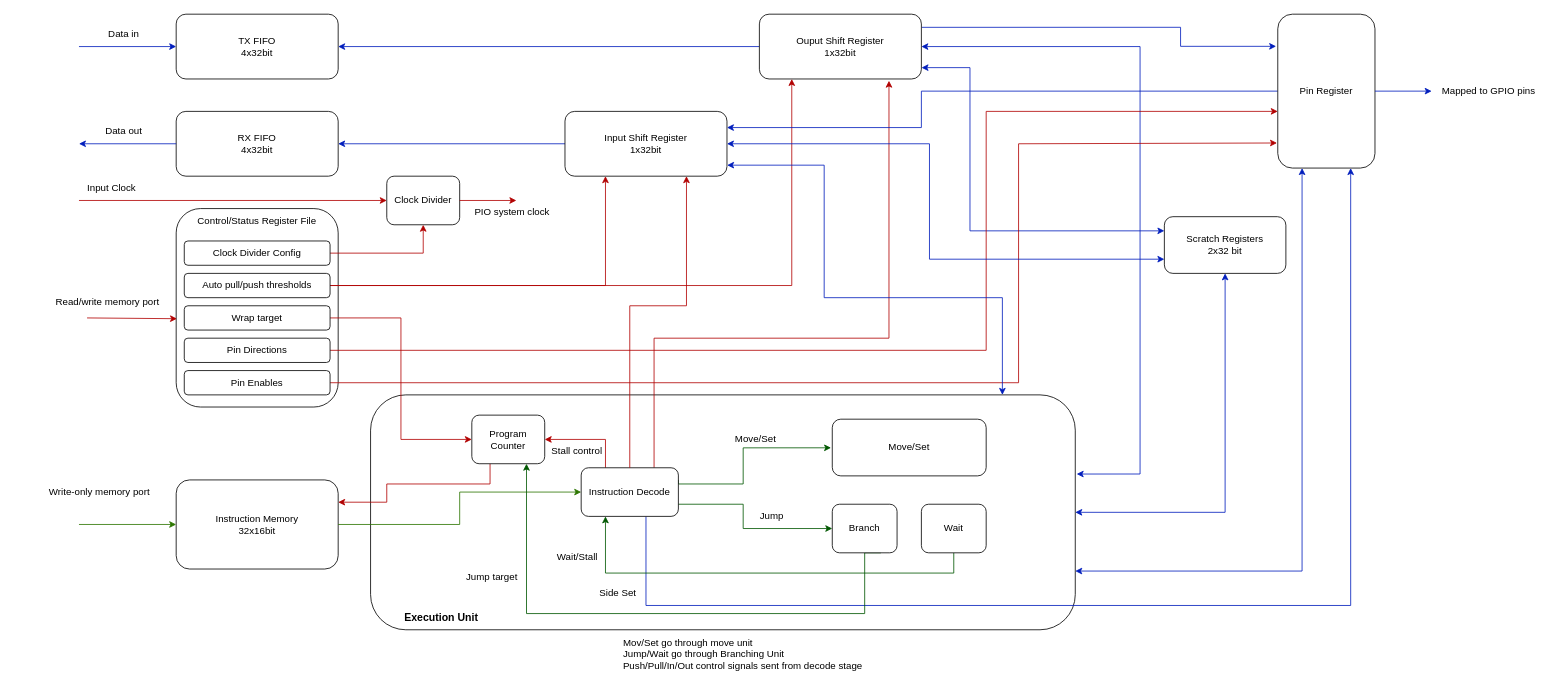
Joeyh021/riscv-pio keeps this draw.io diagram as docs/pio-block.drawio. Above is the earlier version. Source tidied: cells renumbered, new cells numbered last; positions are measured from the earlier drawing's top-left corner, leaving out a move shared by most shapes. Both pictures are drawn from the tidied source at 81%, with x=0, y=0 at pixel (38, 14).
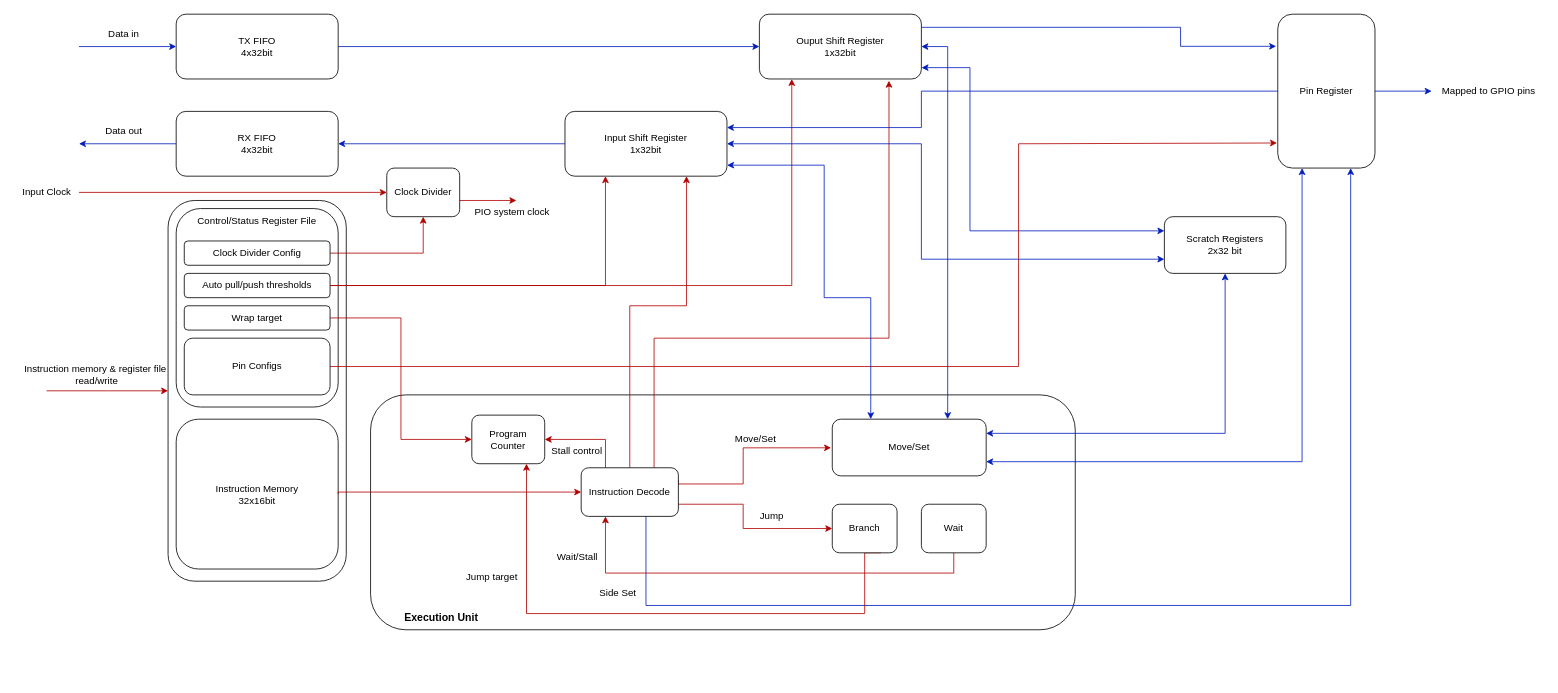
Above is the later version.

Commit message:
finalise block diagram

Unchanged cells that the change refers to:
```xml
<mxCell id="2" style="rounded=1;whiteSpace=wrap;html=1;" parent="1" vertex="1">
  <mxGeometry x="410" y="470" width="870" height="290" as="geometry" />
</mxCell>
<mxCell id="3" style="rounded=1;whiteSpace=wrap;html=1;" parent="1" vertex="1">
  <mxGeometry x="170" y="240" width="200" height="245" as="geometry" />
</mxCell>
<mxCell id="6" value="&lt;div&gt;TX FIFO&lt;/div&gt;&lt;div&gt;4x32bit&lt;br&gt;&lt;/div&gt;" style="rounded=1;whiteSpace=wrap;html=1;fontSize=12;" parent="1" vertex="1">
  <mxGeometry x="170" width="200" height="80" as="geometry" />
</mxCell>
<mxCell id="11" value="&lt;div&gt;Ouput Shift Register&lt;/div&gt;&lt;div&gt;1x32bit&lt;br&gt;&lt;/div&gt;" style="rounded=1;whiteSpace=wrap;html=1;fontSize=12;" parent="1" vertex="1">
  <mxGeometry x="890" width="200" height="80" as="geometry" />
</mxCell>
<mxCell id="14" value="&lt;div&gt;Program Counter&lt;/div&gt;" style="rounded=1;whiteSpace=wrap;html=1;fontSize=12;" parent="1" vertex="1">
  <mxGeometry x="535" y="495" width="90" height="60" as="geometry" />
</mxCell>
<mxCell id="20" value="&lt;div&gt;Instruction Decode&lt;/div&gt;" style="rounded=1;whiteSpace=wrap;html=1;fontSize=12;" parent="1" vertex="1">
  <mxGeometry x="670" y="560" width="120" height="60" as="geometry" />
</mxCell>
<mxCell id="23" value="Move/Set" style="rounded=1;whiteSpace=wrap;html=1;" parent="1" vertex="1">
  <mxGeometry x="980" y="500" width="190" height="70" as="geometry" />
</mxCell>
<mxCell id="38" value="&lt;div&gt;Pin Register&lt;/div&gt;" style="rounded=1;whiteSpace=wrap;html=1;" parent="1" vertex="1">
  <mxGeometry x="1530" width="120" height="190" as="geometry" />
</mxCell>
<mxCell id="55" value="&lt;div&gt;Input Shift Register&lt;/div&gt;&lt;div&gt;1x32bit&lt;br&gt;&lt;/div&gt;" style="rounded=1;whiteSpace=wrap;html=1;fontSize=12;" parent="1" vertex="1">
  <mxGeometry x="650" y="120" width="200" height="80" as="geometry" />
</mxCell>
<mxCell id="58" value="&lt;div&gt;Scratch Registers&lt;/div&gt;&lt;div&gt;2x32 bit&lt;br&gt;&lt;/div&gt;" style="rounded=1;whiteSpace=wrap;html=1;fontSize=12;" parent="1" vertex="1">
  <mxGeometry x="1390" y="250" width="150" height="70" as="geometry" />
</mxCell>
<mxCell id="67" value="Branch" style="rounded=1;whiteSpace=wrap;html=1;" parent="1" vertex="1">
  <mxGeometry x="980" y="605" width="80" height="60" as="geometry" />
</mxCell>
<mxCell id="70" value="&lt;div&gt;Wait&lt;/div&gt;" style="rounded=1;whiteSpace=wrap;html=1;" parent="1" vertex="1">
  <mxGeometry x="1090" y="605" width="80" height="60" as="geometry" />
</mxCell>
```

What changed in the source:
```diff
@@
+    <mxCell id="71" style="edgeStyle=orthogonalEdgeStyle;rounded=0;jettySize=auto;html=1;exitX=0;exitY=0.5;exitDx=0;exitDy=0;startArrow=classic;startFill=1;endArrow=none;endFill=0;fillColor=#e51400;strokeColor=#B20000;" parent="1" edge="1" source="72">
+      <mxGeometry relative="1" as="geometry">
+        <mxPoint x="10" y="465" as="targetPoint" />
+      </mxGeometry>
+    </mxCell>
+    <mxCell id="72" style="rounded=1;whiteSpace=wrap;html=1;" parent="1" vertex="1">
+      <mxGeometry x="160" y="230" width="220" height="470" as="geometry" />
+    </mxCell>
@@
     <mxCell id="4" value="&lt;div&gt;Instruction Memory&lt;/div&gt;32x16bit" style="rounded=1;whiteSpace=wrap;html=1;" parent="1" vertex="1">
-      <mxGeometry x="170" y="575" width="200" height="110" as="geometry" />
+      <mxGeometry x="170" y="500" width="200" height="185" as="geometry" />
     </mxCell>
@@
-    <mxCell id="7" style="edgeStyle=orthogonalEdgeStyle;rounded=0;jettySize=auto;html=1;entryX=1;entryY=0.5;entryDx=0;entryDy=0;fillColor=#0050ef;strokeColor=#001DBC;" parent="1" edge="1" source="11" target="6">
+    <mxCell id="7" style="edgeStyle=orthogonalEdgeStyle;rounded=0;jettySize=auto;html=1;entryX=1;entryY=0.5;entryDx=0;entryDy=0;fillColor=#0050ef;strokeColor=#001DBC;startArrow=classic;startFill=1;endArrow=none;endFill=0;" parent="1" edge="1" source="11" target="6">
       <mxGeometry relative="1" as="geometry" />
     </mxCell>
@@
     <mxCell id="12" value="Clock Divider" style="rounded=1;whiteSpace=wrap;html=1;fontSize=12;" parent="1" vertex="1">
-      <mxGeometry x="430" y="200" width="90" height="60" as="geometry" />
+      <mxGeometry x="430" y="190" width="90" height="60" as="geometry" />
     </mxCell>
-    <mxCell id="13" style="edgeStyle=orthogonalEdgeStyle;rounded=0;jettySize=auto;html=1;exitX=0.25;exitY=1;exitDx=0;exitDy=0;entryX=1;entryY=0.25;entryDx=0;entryDy=0;strokeWidth=1;fontSize=12;startArrow=none;startFill=0;endArrow=classic;endFill=1;fillColor=#e51400;strokeColor=#B20000;" parent="1" edge="1" source="14" target="4">
-      <mxGeometry relative="1" as="geometry">
-        <Array as="points">
-          <mxPoint x="558" y="580" />
-          <mxPoint x="430" y="580" />
-          <mxPoint x="430" y="603" />
-        </Array>
-      </mxGeometry>
-    </mxCell>
@@
-    <mxCell id="15" style="edgeStyle=orthogonalEdgeStyle;rounded=0;jettySize=auto;html=1;exitX=1;exitY=0.5;exitDx=0;exitDy=0;entryX=0;entryY=0.5;entryDx=0;entryDy=0;strokeWidth=1;fontSize=12;startArrow=none;startFill=0;endArrow=classic;endFill=1;fillColor=#60a917;strokeColor=#2D7600;" parent="1" edge="1" source="4" target="20">
-      <mxGeometry relative="1" as="geometry" />
+    <mxCell id="15" style="edgeStyle=orthogonalEdgeStyle;rounded=0;jettySize=auto;html=1;exitX=1;exitY=0.5;exitDx=0;exitDy=0;entryX=0;entryY=0.5;entryDx=0;entryDy=0;strokeWidth=1;fontSize=12;startArrow=none;startFill=0;endArrow=classic;endFill=1;fillColor=#e51400;strokeColor=#B20000;" parent="1" edge="1" source="4" target="20">
+      <mxGeometry relative="1" as="geometry">
+        <Array as="points">
+          <mxPoint x="370" y="590" />
+        </Array>
+      </mxGeometry>
     </mxCell>
-    <mxCell id="16" style="edgeStyle=orthogonalEdgeStyle;rounded=0;jettySize=auto;html=1;exitX=1;exitY=0.25;exitDx=0;exitDy=0;startArrow=none;startFill=0;endArrow=classic;endFill=1;fillColor=#008a00;strokeColor=#005700;entryX=-0.008;entryY=0.505;entryDx=0;entryDy=0;entryPerimeter=0;" parent="1" edge="1" source="20" target="23">
+    <mxCell id="16" style="edgeStyle=orthogonalEdgeStyle;rounded=0;jettySize=auto;html=1;exitX=1;exitY=0.25;exitDx=0;exitDy=0;startArrow=none;startFill=0;endArrow=classic;endFill=1;fillColor=#e51400;strokeColor=#B20000;entryX=-0.008;entryY=0.505;entryDx=0;entryDy=0;entryPerimeter=0;" parent="1" edge="1" source="20" target="23">
       <mxGeometry relative="1" as="geometry">
         <Array as="points">
           <mxPoint x="790" y="580" />
           <mxPoint x="870" y="580" />
           <mxPoint x="870" y="535" />
           <mxPoint x="979" y="535" />
         </Array>
       </mxGeometry>
     </mxCell>
@@
-    <mxCell id="19" style="edgeStyle=orthogonalEdgeStyle;rounded=0;jettySize=auto;html=1;entryX=0;entryY=0.5;entryDx=0;entryDy=0;startArrow=none;startFill=0;exitX=1;exitY=0.75;exitDx=0;exitDy=0;fillColor=#008a00;strokeColor=#005700;" parent="1" edge="1" source="20" target="67">
+    <mxCell id="19" style="edgeStyle=orthogonalEdgeStyle;rounded=0;jettySize=auto;html=1;entryX=0;entryY=0.5;entryDx=0;entryDy=0;startArrow=none;startFill=0;exitX=1;exitY=0.75;exitDx=0;exitDy=0;fillColor=#e51400;strokeColor=#B20000;" parent="1" edge="1" source="20" target="67">
       <mxGeometry relative="1" as="geometry">
         <Array as="points">
           <mxPoint x="870" y="605" />
           <mxPoint x="870" y="635" />
         </Array>
       </mxGeometry>
     </mxCell>
@@
-    <mxCell id="21" style="edgeStyle=orthogonalEdgeStyle;rounded=0;jettySize=auto;html=1;startArrow=classic;startFill=1;endArrow=classic;endFill=1;fillColor=#0050ef;strokeColor=#001DBC;exitX=1.002;exitY=0.337;exitDx=0;exitDy=0;exitPerimeter=0;" parent="1" edge="1" source="2" target="11">
+    <mxCell id="21" style="edgeStyle=orthogonalEdgeStyle;rounded=0;jettySize=auto;html=1;startArrow=classic;startFill=1;endArrow=classic;endFill=1;fillColor=#0050ef;strokeColor=#001DBC;exitX=0.75;exitY=0;exitDx=0;exitDy=0;" parent="1" edge="1" source="23" target="11">
       <mxGeometry relative="1" as="geometry">
         <Array as="points">
-          <mxPoint x="1360" y="568" />
-          <mxPoint x="1360" y="40" />
+          <mxPoint x="1123" y="40" />
         </Array>
       </mxGeometry>
     </mxCell>
@@
-    <mxCell id="24" style="edgeStyle=orthogonalEdgeStyle;rounded=0;jettySize=auto;html=1;endArrow=classic;endFill=1;fillColor=#e51400;strokeColor=#B20000;" parent="1" edge="1" source="25" target="38">
-      <mxGeometry relative="1" as="geometry">
-        <Array as="points">
-          <mxPoint x="1170" y="415" />
-          <mxPoint x="1170" y="120" />
-        </Array>
-      </mxGeometry>
-    </mxCell>
-    <mxCell id="25" value="Pin Directions" style="rounded=1;whiteSpace=wrap;html=1;" parent="1" vertex="1">
-      <mxGeometry x="180" y="400" width="180" height="30" as="geometry" />
-    </mxCell>
-    <mxCell id="26" style="edgeStyle=orthogonalEdgeStyle;rounded=0;jettySize=auto;html=1;entryX=-0.008;entryY=0.837;entryDx=0;entryDy=0;entryPerimeter=0;fillColor=#e51400;strokeColor=#B20000;" parent="1" edge="1" source="27" target="38">
+    <mxCell id="26" style="edgeStyle=orthogonalEdgeStyle;rounded=0;jettySize=auto;html=1;entryX=-0.008;entryY=0.837;entryDx=0;entryDy=0;entryPerimeter=0;fillColor=#e51400;strokeColor=#B20000;exitX=1;exitY=0.5;exitDx=0;exitDy=0;" parent="1" edge="1" source="27" target="38">
       <mxGeometry relative="1" as="geometry">
         <Array as="points">
-          <mxPoint x="1210" y="455" />
+          <mxPoint x="1210" y="435" />
           <mxPoint x="1210" y="160" />
-          <mxPoint x="1529" y="160" />
         </Array>
       </mxGeometry>
     </mxCell>
-    <mxCell id="27" value="&lt;div&gt;Pin Enables&lt;/div&gt;" style="rounded=1;whiteSpace=wrap;html=1;" parent="1" vertex="1">
-      <mxGeometry x="180" y="440" width="180" height="30" as="geometry" />
+    <mxCell id="27" value="Pin Configs" style="rounded=1;whiteSpace=wrap;html=1;" parent="1" vertex="1">
+      <mxGeometry x="180" y="400" width="180" height="70" as="geometry" />
     </mxCell>
@@
-    <mxCell id="36" style="edgeStyle=orthogonalEdgeStyle;rounded=0;jettySize=auto;html=1;endArrow=classic;endFill=1;entryX=1;entryY=0.75;entryDx=0;entryDy=0;exitX=0.25;exitY=1;exitDx=0;exitDy=0;fillColor=#0050ef;strokeColor=#001DBC;startArrow=classic;startFill=1;" parent="1" edge="1" source="38" target="2">
+    <mxCell id="36" style="edgeStyle=orthogonalEdgeStyle;rounded=0;jettySize=auto;html=1;endArrow=classic;endFill=1;entryX=1;entryY=0.75;entryDx=0;entryDy=0;exitX=0.25;exitY=1;exitDx=0;exitDy=0;fillColor=#0050ef;strokeColor=#001DBC;startArrow=classic;startFill=1;" parent="1" edge="1" source="38" target="23">
       <mxGeometry relative="1" as="geometry">
         <Array as="points">
-          <mxPoint x="1560" y="687" />
+          <mxPoint x="1560" y="553" />
         </Array>
       </mxGeometry>
     </mxCell>
@@
-    <mxCell id="41" style="endArrow=classic;html=1;rounded=0;entryX=0;entryY=0.5;entryDx=0;entryDy=0;fillColor=#60a917;strokeColor=#2D7600;" parent="1" edge="1" target="4">
-      <mxGeometry relative="1" as="geometry">
-        <mxPoint x="50" y="630" as="sourcePoint" />
-      </mxGeometry>
-    </mxCell>
-    <mxCell id="42" value="Write-only memory port" style="text;html=1;align=center;verticalAlign=middle;strokeColor=none;fillColor=none;" parent="1" vertex="1">
-      <mxGeometry y="575" width="150" height="30" as="geometry" />
-    </mxCell>
-    <mxCell id="43" style="endArrow=classic;html=1;rounded=0;entryX=0.005;entryY=0.555;entryDx=0;entryDy=0;entryPerimeter=0;fillColor=#e51400;strokeColor=#B20000;" parent="1" edge="1" target="3">
-      <mxGeometry relative="1" as="geometry">
-        <mxPoint x="60" y="375" as="sourcePoint" />
-      </mxGeometry>
-    </mxCell>
-    <mxCell id="44" value="Read/write memory port" style="text;html=1;align=center;verticalAlign=middle;strokeColor=none;fillColor=none;" parent="1" vertex="1">
-      <mxGeometry x="10" y="340" width="150" height="30" as="geometry" />
-    </mxCell>
@@
     <mxCell id="49" style="endArrow=classic;html=1;rounded=0;entryX=0;entryY=0.5;entryDx=0;entryDy=0;fillColor=#e51400;strokeColor=#B20000;" parent="1" edge="1" target="12">
       <mxGeometry relative="1" as="geometry">
-        <mxPoint x="50" y="230" as="sourcePoint" />
+        <mxPoint x="50" y="220" as="sourcePoint" />
       </mxGeometry>
     </mxCell>
     <mxCell id="50" value="Input Clock" style="text;html=1;align=center;verticalAlign=middle;strokeColor=none;fillColor=none;" parent="1" vertex="1">
-      <mxGeometry x="50" y="200" width="80" height="30" as="geometry" />
+      <mxGeometry x="-30" y="205" width="80" height="30" as="geometry" />
     </mxCell>
@@
-    <mxCell id="54" style="edgeStyle=orthogonalEdgeStyle;rounded=0;jettySize=auto;html=1;startArrow=classic;startFill=1;endArrow=classic;endFill=1;fillColor=#0050ef;strokeColor=#001DBC;exitX=1.001;exitY=0.83;exitDx=0;exitDy=0;exitPerimeter=0;" parent="1" edge="1" source="55" target="2">
+    <mxCell id="54" style="edgeStyle=orthogonalEdgeStyle;rounded=0;jettySize=auto;html=1;startArrow=classic;startFill=1;endArrow=classic;endFill=1;fillColor=#0050ef;strokeColor=#001DBC;exitX=1.001;exitY=0.83;exitDx=0;exitDy=0;exitPerimeter=0;entryX=0.25;entryY=0;entryDx=0;entryDy=0;" parent="1" edge="1" source="55" target="23">
       <mxGeometry relative="1" as="geometry">
         <Array as="points">
           <mxPoint x="970" y="186" />
           <mxPoint x="970" y="350" />
-          <mxPoint x="1190" y="350" />
+          <mxPoint x="1028" y="350" />
         </Array>
       </mxGeometry>
     </mxCell>
@@
     <mxCell id="56" style="edgeStyle=orthogonalEdgeStyle;rounded=0;jettySize=auto;html=1;entryX=1;entryY=0.5;entryDx=0;entryDy=0;endArrow=classic;endFill=1;startArrow=classic;startFill=1;exitX=0;exitY=0.75;exitDx=0;exitDy=0;fillColor=#0050ef;strokeColor=#001DBC;" parent="1" edge="1" source="58" target="55">
       <mxGeometry relative="1" as="geometry">
         <Array as="points">
-          <mxPoint x="1100" y="303" />
-          <mxPoint x="1100" y="160" />
+          <mxPoint x="1090" y="303" />
+          <mxPoint x="1090" y="160" />
         </Array>
       </mxGeometry>
     </mxCell>
-    <mxCell id="57" style="edgeStyle=orthogonalEdgeStyle;rounded=0;jettySize=auto;html=1;startArrow=classic;startFill=1;endArrow=classic;endFill=1;exitX=0.5;exitY=1;exitDx=0;exitDy=0;fillColor=#0050ef;strokeColor=#001DBC;entryX=1;entryY=0.5;entryDx=0;entryDy=0;" parent="1" edge="1" source="58" target="2">
+    <mxCell id="57" style="edgeStyle=orthogonalEdgeStyle;rounded=0;jettySize=auto;html=1;startArrow=classic;startFill=1;endArrow=classic;endFill=1;exitX=0.5;exitY=1;exitDx=0;exitDy=0;fillColor=#0050ef;strokeColor=#001DBC;entryX=1;entryY=0.25;entryDx=0;entryDy=0;" parent="1" edge="1" source="58" target="23">
       <mxGeometry relative="1" as="geometry">
         <Array as="points">
-          <mxPoint x="1465" y="615" />
+          <mxPoint x="1465" y="518" />
         </Array>
       </mxGeometry>
     </mxCell>
@@
-    <mxCell id="60" value="&lt;div&gt;Mov/Set go through move unit&lt;br&gt;&lt;/div&gt;&lt;div&gt;Jump/Wait go through Branching Unit&lt;br&gt;&lt;/div&gt;&lt;div&gt;Push/Pull/In/Out control signals sent from decode stage&lt;br&gt;&lt;/div&gt;" style="text;html=1;align=left;verticalAlign=middle;strokeColor=none;fillColor=none;" parent="1" vertex="1">
-      <mxGeometry x="720" y="760" width="320" height="60" as="geometry" />
-    </mxCell>
@@
-    <mxCell id="66" style="edgeStyle=orthogonalEdgeStyle;rounded=0;jettySize=auto;html=1;entryX=0.75;entryY=1;entryDx=0;entryDy=0;startArrow=none;startFill=0;endArrow=classic;endFill=1;exitX=0.75;exitY=1;exitDx=0;exitDy=0;fillColor=#008a00;strokeColor=#005700;" parent="1" edge="1" source="67" target="14">
+    <mxCell id="66" style="edgeStyle=orthogonalEdgeStyle;rounded=0;jettySize=auto;html=1;entryX=0.75;entryY=1;entryDx=0;entryDy=0;startArrow=none;startFill=0;endArrow=classic;endFill=1;exitX=0.75;exitY=1;exitDx=0;exitDy=0;fillColor=#e51400;strokeColor=#B20000;" parent="1" edge="1" source="67" target="14">
       <mxGeometry relative="1" as="geometry">
         <Array as="points">
           <mxPoint x="1020" y="665" />
           <mxPoint x="1020" y="740" />
           <mxPoint x="603" y="740" />
         </Array>
       </mxGeometry>
     </mxCell>
@@
-    <mxCell id="69" style="edgeStyle=orthogonalEdgeStyle;rounded=0;jettySize=auto;html=1;entryX=0.25;entryY=1;entryDx=0;entryDy=0;startArrow=none;startFill=0;endArrow=classic;endFill=1;fillColor=#008a00;strokeColor=#005700;" parent="1" edge="1" source="70" target="20">
+    <mxCell id="69" style="edgeStyle=orthogonalEdgeStyle;rounded=0;jettySize=auto;html=1;entryX=0.25;entryY=1;entryDx=0;entryDy=0;startArrow=none;startFill=0;endArrow=classic;endFill=1;fillColor=#e51400;strokeColor=#B20000;" parent="1" edge="1" source="70" target="20">
       <mxGeometry relative="1" as="geometry">
         <Array as="points">
           <mxPoint x="1130" y="690" />
           <mxPoint x="700" y="690" />
         </Array>
       </mxGeometry>
     </mxCell>
@@
+    <mxCell id="73" value="&lt;div&gt;Instruction memory &amp;amp; register file&lt;/div&gt;&lt;div&gt;&amp;nbsp;read/write&lt;/div&gt;" style="text;html=1;align=center;verticalAlign=middle;strokeColor=none;fillColor=none;" parent="1" vertex="1">
+      <mxGeometry x="-30" y="425" width="200" height="40" as="geometry" />
+    </mxCell>
```
